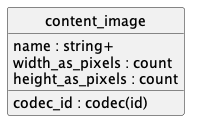
The PlantUML diagram doc/concepts/content_image/uml.png in contactopensource/contactopensource, before a commit.
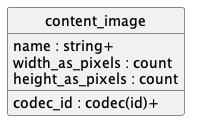
After the change.

What changed in the source:
```diff
@@ -5,7 +5,7 @@
 
 entity content_image {
   name : string+
-  codec_id : codec(id)
+  codec_id : codec(id)+
   width_as_pixels : count
   height_as_pixels : count
 }
```
